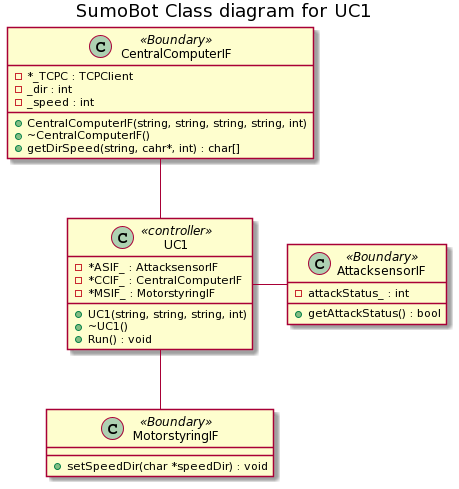
This is Diagrammer/SumoBot/Classdiagram/SumoBot_ClassDiagram/SumoBot Class diagram for UC1.png from Solvgraa-mager/E3PRJ3, a PlantUML export, as it was before one commit.
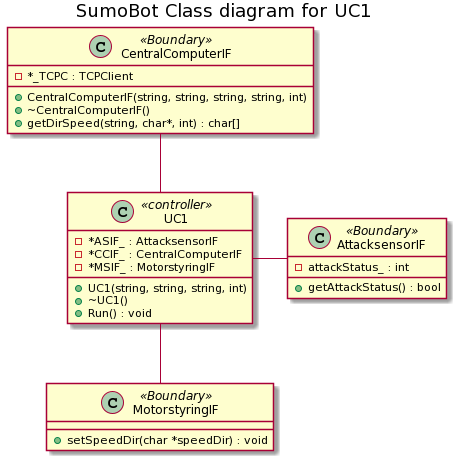
After the change.

The edit, as a diff of the source:
```diff
@@ -21,11 +21,9 @@
 }
 class CentralComputerIF <<Boundary>>{
     -*_TCPC : TCPClient
-    -_dir : int
-    -_speed : int
     +CentralComputerIF(string, string, string, string, int)
     +~CentralComputerIF()
-    +getDirSpeed(string, cahr*, int) : char[]
+    +getDirSpeed(string, char*, int) : char[]
 }
 
 CentralComputerIF -- UC1
```
